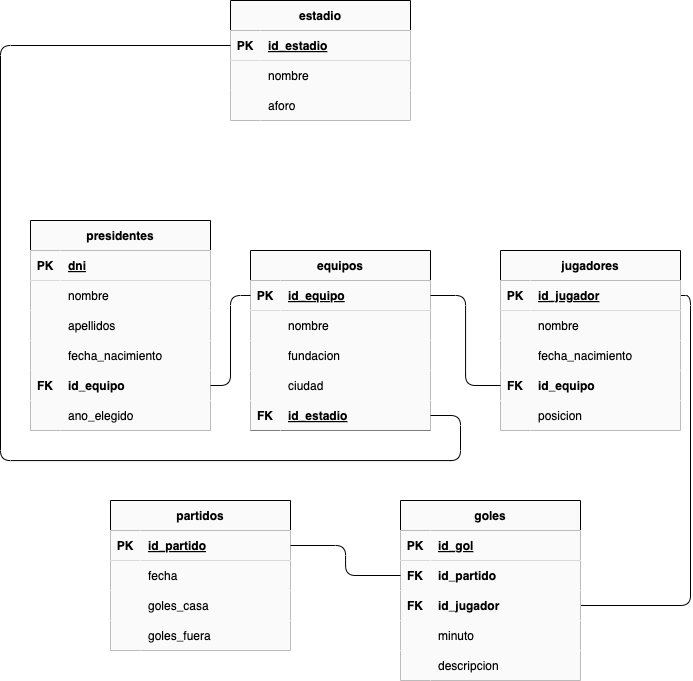
The draw.io diagram tareas/tarea-5/images/ejercicio.drawio.png in deylansystem/actividadesBAE, before a commit. Source tidied: cells renumbered, new cells last; positions are measured from the earlier drawing's top-left corner, leaving out a move shared by most shapes.
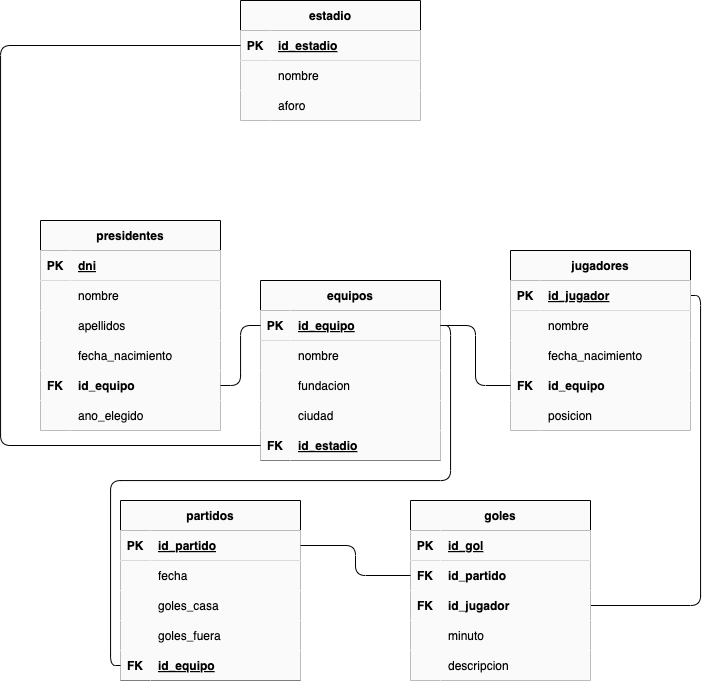
Above is the later version.

Commit message:
se crea tarea

Change to the diagram source:
```diff
@@ -60,7 +60,7 @@
       <mxGeometry x="30" width="150" height="30" as="geometry" />
     </mxCell>
     <mxCell id="21" value="equipos" style="shape=table;startSize=30;rowLines=0;fontStyle=1;align=center;fillColor=#fafafa;" parent="1" vertex="1">
-      <mxGeometry x="250" y="250" width="180" height="180" as="geometry" />
+      <mxGeometry x="250" y="280" width="180" height="180" as="geometry" />
     </mxCell>
     <mxCell id="22" style="shape=tableRow;horizontal=0;startSize=0;swimlaneHead=0;swimlaneBody=0;fillColor=#fafafa;points=[[0,0.5],[1,0.5]];portConstraint=eastwest;top=0;left=0;right=0;bottom=1;" parent="21" vertex="1">
       <mxGeometry y="30" width="180" height="30" as="geometry" />
@@ -159,7 +159,7 @@
       <mxGeometry x="30" width="150" height="30" as="geometry" />
     </mxCell>
     <mxCell id="54" value="partidos" style="shape=table;startSize=30;rowLines=0;fontStyle=1;align=center;fillColor=#fafafa;" parent="1" vertex="1">
-      <mxGeometry x="110" y="500" width="180" height="150" as="geometry" />
+      <mxGeometry x="110" y="500" width="180" height="180" as="geometry" />
     </mxCell>
     <mxCell id="55" style="shape=tableRow;horizontal=0;startSize=0;swimlaneHead=0;swimlaneBody=0;fillColor=#fafafa;points=[[0,0.5],[1,0.5]];portConstraint=eastwest;top=0;left=0;right=0;bottom=1;" parent="54" vertex="1">
       <mxGeometry y="30" width="180" height="30" as="geometry" />
@@ -197,6 +197,15 @@
     <mxCell id="66" value="goles_fuera" style="shape=partialRectangle;fillColor=#fafafa;top=0;left=0;bottom=0;right=0;align=left;spacingLeft=6;overflow=hidden;" parent="64" vertex="1">
       <mxGeometry x="30" width="150" height="30" as="geometry" />
     </mxCell>
+    <mxCell id="97" style="shape=tableRow;horizontal=0;startSize=0;swimlaneHead=0;swimlaneBody=0;fillColor=#fafafa;points=[[0,0.5],[1,0.5]];portConstraint=eastwest;top=0;left=0;right=0;bottom=1;" parent="54" vertex="1">
+      <mxGeometry y="150" width="180" height="30" as="geometry" />
+    </mxCell>
+    <mxCell id="98" value="FK" style="shape=partialRectangle;fillColor=#fafafa;top=0;left=0;bottom=0;right=0;fontStyle=1;overflow=hidden;" parent="97" vertex="1">
+      <mxGeometry width="30" height="30" as="geometry" />
+    </mxCell>
+    <mxCell id="99" value="id_equipo" style="shape=partialRectangle;fillColor=#fafafa;top=0;left=0;bottom=0;right=0;align=left;spacingLeft=6;fontStyle=5;overflow=hidden;" parent="97" vertex="1">
+      <mxGeometry x="30" width="150" height="30" as="geometry" />
+    </mxCell>
     <mxCell id="67" value="goles" style="shape=table;startSize=30;rowLines=0;fontStyle=1;align=center;fillColor=#fafafa;" parent="1" vertex="1">
       <mxGeometry x="400" y="500" width="180" height="180" as="geometry" />
     </mxCell>
@@ -284,15 +293,23 @@
     <mxCell id="95" value="aforo" style="shape=partialRectangle;fillColor=#fafafa;top=0;left=0;bottom=0;right=0;align=left;spacingLeft=6;overflow=hidden;" parent="93" vertex="1">
       <mxGeometry x="30" width="150" height="30" as="geometry" />
     </mxCell>
-    <mxCell id="96" style="edgeStyle=orthogonalEdgeStyle;html=1;exitX=1;exitY=0.5;exitDx=0;exitDy=0;entryX=0;entryY=0.5;entryDx=0;entryDy=0;endArrow=none;endFill=0;" parent="1" edge="1" source="34" target="87">
+    <mxCell id="96" style="edgeStyle=orthogonalEdgeStyle;html=1;exitX=0;exitY=0.5;exitDx=0;exitDy=0;entryX=0;entryY=0.5;entryDx=0;entryDy=0;endArrow=none;endFill=0;" parent="1" edge="1" source="34" target="87">
       <mxGeometry relative="1" as="geometry">
         <Array as="points">
-          <mxPoint x="460" y="415" />
-          <mxPoint x="460" y="460" />
-          <mxPoint y="460" />
-          <mxPoint y="45" />
+          <mxPoint x="-10" y="445" />
+          <mxPoint x="-10" y="45" />
         </Array>
       </mxGeometry>
     </mxCell>
+    <mxCell id="100" style="edgeStyle=orthogonalEdgeStyle;html=1;exitX=1;exitY=0.5;exitDx=0;exitDy=0;entryX=0;entryY=0.5;entryDx=0;entryDy=0;endArrow=none;endFill=0;" parent="1" edge="1" source="22" target="97">
+      <mxGeometry relative="1" as="geometry">
+        <Array as="points">
+          <mxPoint x="440" y="325" />
+          <mxPoint x="440" y="480" />
+          <mxPoint x="100" y="480" />
+          <mxPoint x="100" y="665" />
+        </Array>
+      </mxGeometry>
+    </mxCell>
   </root>
 </mxGraphModel>
```
